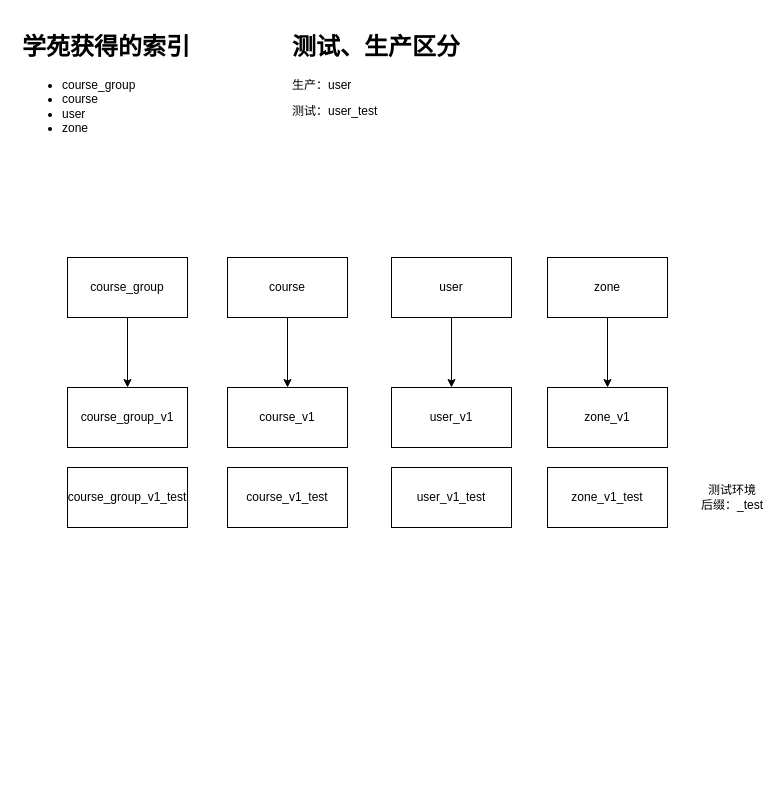
diaohancai/diagrams keeps this draw.io diagram as xueyuan/Untitled Diagram.drawio. Above is the earlier version. Source tidied: cells renumbered, new cells numbered last; positions are measured from the earlier drawing's top-left corner, leaving out a move shared by most shapes. Both pictures are drawn from the tidied source at 100%, with x=0, y=0 at pixel (17, 27).
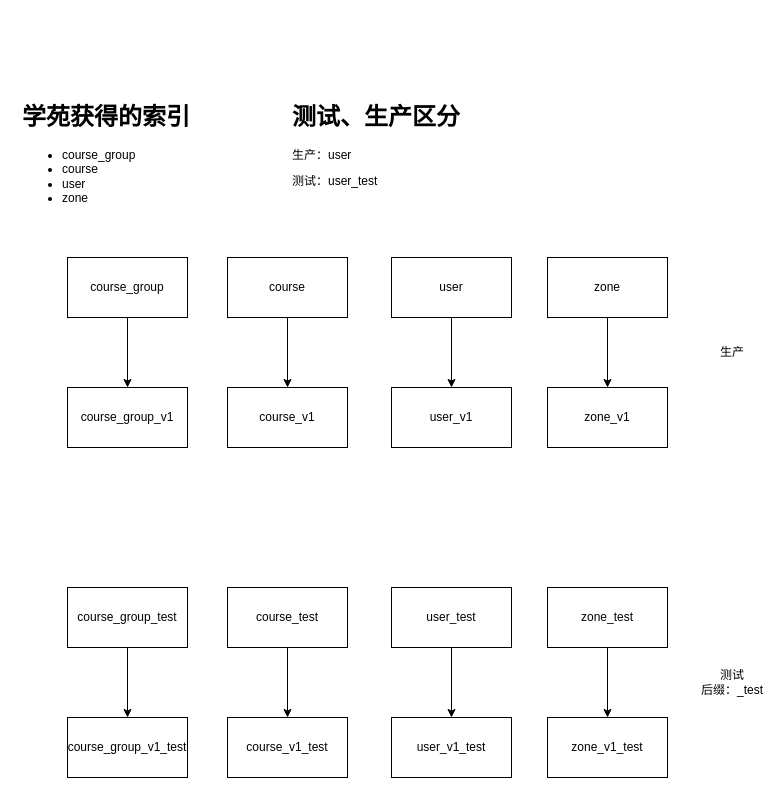
The same page after the edit.

Diff of the diagram source:
```diff
@@
     <mxCell id="6" value="&lt;h1&gt;学苑获得的索引&lt;/h1&gt;&lt;p&gt;&lt;/p&gt;&lt;ul&gt;&lt;li&gt;course_group&lt;br&gt;&lt;/li&gt;&lt;li&gt;course&lt;/li&gt;&lt;li&gt;user&lt;/li&gt;&lt;li&gt;zone&lt;/li&gt;&lt;/ul&gt;&lt;p&gt;&lt;/p&gt;" style="text;html=1;strokeColor=none;fillColor=none;spacing=5;spacingTop=-20;whiteSpace=wrap;overflow=hidden;rounded=0;" parent="1" vertex="1">
-      <mxGeometry width="190" height="120" as="geometry" />
+      <mxGeometry y="70" width="190" height="120" as="geometry" />
     </mxCell>
@@
     <mxCell id="15" value="&lt;h1&gt;测试、生产区分&lt;/h1&gt;&lt;p&gt;生产：user&lt;/p&gt;&lt;p&gt;测试：user_test&lt;/p&gt;" style="text;html=1;strokeColor=none;fillColor=none;spacing=5;spacingTop=-20;whiteSpace=wrap;overflow=hidden;rounded=0;" parent="1" vertex="1">
-      <mxGeometry x="270" width="190" height="120" as="geometry" />
+      <mxGeometry x="270" y="70" width="190" height="120" as="geometry" />
     </mxCell>
+    <mxCell id="20" value="测试&lt;br&gt;后缀：_test" style="text;html=1;strokeColor=none;fillColor=none;align=center;verticalAlign=middle;whiteSpace=wrap;rounded=0;" parent="1" vertex="1">
+      <mxGeometry x="680" y="640" width="70" height="30" as="geometry" />
+    </mxCell>
+    <mxCell id="21" style="edgeStyle=orthogonalEdgeStyle;rounded=0;jettySize=auto;html=1;exitX=0.5;exitY=1;exitDx=0;exitDy=0;entryX=0.5;entryY=0;entryDx=0;entryDy=0;" parent="1" edge="1" source="22" target="16">
+      <mxGeometry relative="1" as="geometry" />
+    </mxCell>
+    <mxCell id="22" value="&lt;span style=&quot;text-align: left&quot;&gt;course_group&lt;/span&gt;&lt;span style=&quot;text-align: left&quot;&gt;_test&lt;/span&gt;&lt;span style=&quot;text-align: left&quot;&gt;&lt;br&gt;&lt;/span&gt;" style="rounded=0;whiteSpace=wrap;html=1;" parent="1" vertex="1">
+      <mxGeometry x="50" y="560" width="120" height="60" as="geometry" />
+    </mxCell>
+    <mxCell id="23" style="edgeStyle=orthogonalEdgeStyle;rounded=0;jettySize=auto;html=1;exitX=0.5;exitY=1;exitDx=0;exitDy=0;" parent="1" edge="1" source="24" target="17">
+      <mxGeometry relative="1" as="geometry" />
+    </mxCell>
+    <mxCell id="24" value="course&lt;span style=&quot;text-align: left&quot;&gt;_test&lt;/span&gt;" style="rounded=0;whiteSpace=wrap;html=1;" parent="1" vertex="1">
+      <mxGeometry x="210" y="560" width="120" height="60" as="geometry" />
+    </mxCell>
+    <mxCell id="25" style="edgeStyle=orthogonalEdgeStyle;rounded=0;jettySize=auto;html=1;exitX=0.5;exitY=1;exitDx=0;exitDy=0;" parent="1" edge="1" source="26" target="18">
+      <mxGeometry relative="1" as="geometry" />
+    </mxCell>
+    <mxCell id="26" value="user&lt;span style=&quot;text-align: left&quot;&gt;_test&lt;/span&gt;" style="rounded=0;whiteSpace=wrap;html=1;" parent="1" vertex="1">
+      <mxGeometry x="374" y="560" width="120" height="60" as="geometry" />
+    </mxCell>
+    <mxCell id="27" style="edgeStyle=orthogonalEdgeStyle;rounded=0;jettySize=auto;html=1;exitX=0.5;exitY=1;exitDx=0;exitDy=0;" parent="1" edge="1" source="28" target="19">
+      <mxGeometry relative="1" as="geometry" />
+    </mxCell>
+    <mxCell id="28" value="zone&lt;span style=&quot;text-align: left&quot;&gt;_test&lt;/span&gt;" style="rounded=0;whiteSpace=wrap;html=1;" parent="1" vertex="1">
+      <mxGeometry x="530" y="560" width="120" height="60" as="geometry" />
+    </mxCell>
     <mxCell id="16" value="&lt;span style=&quot;text-align: left&quot;&gt;course_group_v1_test&lt;br&gt;&lt;/span&gt;" style="rounded=0;whiteSpace=wrap;html=1;" parent="1" vertex="1">
-      <mxGeometry x="50" y="440" width="120" height="60" as="geometry" />
+      <mxGeometry x="50" y="690" width="120" height="60" as="geometry" />
     </mxCell>
     <mxCell id="17" value="course_v1&lt;span style=&quot;text-align: left&quot;&gt;_test&lt;/span&gt;" style="rounded=0;whiteSpace=wrap;html=1;" parent="1" vertex="1">
-      <mxGeometry x="210" y="440" width="120" height="60" as="geometry" />
+      <mxGeometry x="210" y="690" width="120" height="60" as="geometry" />
     </mxCell>
     <mxCell id="18" value="user_v1&lt;span style=&quot;text-align: left&quot;&gt;_test&lt;/span&gt;" style="rounded=0;whiteSpace=wrap;html=1;" parent="1" vertex="1">
-      <mxGeometry x="374" y="440" width="120" height="60" as="geometry" />
+      <mxGeometry x="374" y="690" width="120" height="60" as="geometry" />
     </mxCell>
     <mxCell id="19" value="zone_v1&lt;span style=&quot;text-align: left&quot;&gt;_test&lt;/span&gt;" style="rounded=0;whiteSpace=wrap;html=1;" parent="1" vertex="1">
-      <mxGeometry x="530" y="440" width="120" height="60" as="geometry" />
+      <mxGeometry x="530" y="690" width="120" height="60" as="geometry" />
     </mxCell>
-    <mxCell id="20" value="测试环境&lt;br&gt;后缀：_test" style="text;html=1;strokeColor=none;fillColor=none;align=center;verticalAlign=middle;whiteSpace=wrap;rounded=0;" parent="1" vertex="1">
-      <mxGeometry x="680" y="455" width="70" height="30" as="geometry" />
-    </mxCell>
+    <mxCell id="29" value="生产" style="text;html=1;strokeColor=none;fillColor=none;align=center;verticalAlign=middle;whiteSpace=wrap;rounded=0;" parent="1" vertex="1">
+      <mxGeometry x="680" y="310" width="70" height="30" as="geometry" />
+    </mxCell>
```
